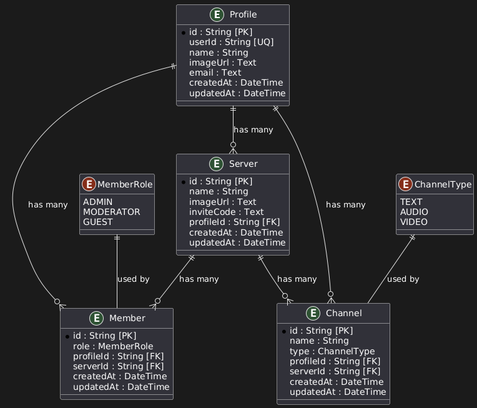
Before: prisma/ERD.png, a diagram exported from PlantUML (meharsulaiman/discord-clone). The source it was exported from:
```plantuml
@startuml
entity "Profile" {
  * id : String [PK]
  userId : String [UQ]
  name : String
  imageUrl : Text
  email : Text
  createdAt : DateTime
  updatedAt : DateTime
}

entity "Server" {
  * id : String [PK]
  name : String
  imageUrl : Text
  inviteCode : Text
  profileId : String [FK]
  createdAt : DateTime
  updatedAt : DateTime
}

entity "Member" {
  * id : String [PK]
  role : MemberRole
  profileId : String [FK]
  serverId : String [FK]
  createdAt : DateTime
  updatedAt : DateTime
}

entity "Channel" {
  * id : String [PK]
  name : String
  type : ChannelType
  profileId : String [FK]
  serverId : String [FK]
  createdAt : DateTime
  updatedAt : DateTime
}

enum MemberRole {
  ADMIN
  MODERATOR
  GUEST
}

enum ChannelType {
  TEXT
  AUDIO
  VIDEO
}

Profile ||--o{ Server : "has many"
Profile ||--o{ Member : "has many"
Profile ||--o{ Channel : "has many"

Server ||--o{ Member : "has many"
Server ||--o{ Channel : "has many"

MemberRole ||-- Member : "used by"
ChannelType ||-- Channel : "used by"
@enduml
```
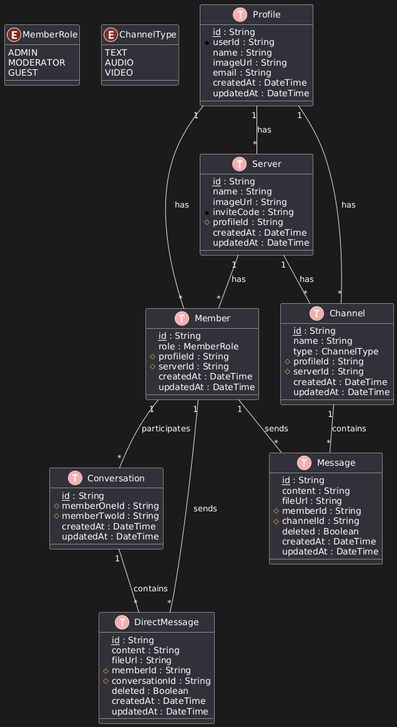
Above is the later version.

Diff of the diagram source:
```diff
@@ -1,42 +1,8 @@
 @startuml
-entity "Profile" {
-  * id : String [PK]
-  userId : String [UQ]
-  name : String
-  imageUrl : Text
-  email : Text
-  createdAt : DateTime
-  updatedAt : DateTime
-}
-
-entity "Server" {
-  * id : String [PK]
-  name : String
-  imageUrl : Text
-  inviteCode : Text
-  profileId : String [FK]
-  createdAt : DateTime
-  updatedAt : DateTime
-}
-
-entity "Member" {
-  * id : String [PK]
-  role : MemberRole
-  profileId : String [FK]
-  serverId : String [FK]
-  createdAt : DateTime
-  updatedAt : DateTime
-}
-
-entity "Channel" {
-  * id : String [PK]
-  name : String
-  type : ChannelType
-  profileId : String [FK]
-  serverId : String [FK]
-  createdAt : DateTime
-  updatedAt : DateTime
-}
+!define Table(name,desc) class name as "desc" << (T,#FFAAAA) >>
+!define primary_key(x) <u>x</u>
+!define foreign_key(x) #x
+!define unique(x) *x
 
 enum MemberRole {
   ADMIN
@@ -50,13 +16,83 @@
   VIDEO
 }
 
-Profile ||--o{ Server : "has many"
-Profile ||--o{ Member : "has many"
-Profile ||--o{ Channel : "has many"
+Table(Profile, "Profile") {
+  primary_key(id) : String
+  unique(userId) : String
+  name : String
+  imageUrl : String
+  email : String
+  createdAt : DateTime
+  updatedAt : DateTime
+}
 
-Server ||--o{ Member : "has many"
-Server ||--o{ Channel : "has many"
+Table(Server, "Server") {
+  primary_key(id) : String
+  name : String
+  imageUrl : String
+  unique(inviteCode) : String
+  foreign_key(profileId) : String
+  createdAt : DateTime
+  updatedAt : DateTime
+}
 
-MemberRole ||-- Member : "used by"
-ChannelType ||-- Channel : "used by"
+Table(Member, "Member") {
+  primary_key(id) : String
+  role : MemberRole
+  foreign_key(profileId) : String
+  foreign_key(serverId) : String
+  createdAt : DateTime
+  updatedAt : DateTime
+}
+
+Table(Channel, "Channel") {
+  primary_key(id) : String
+  name : String
+  type : ChannelType
+  foreign_key(profileId) : String
+  foreign_key(serverId) : String
+  createdAt : DateTime
+  updatedAt : DateTime
+}
+
+Table(Message, "Message") {
+  primary_key(id) : String
+  content : String
+  fileUrl : String
+  foreign_key(memberId) : String
+  foreign_key(channelId) : String
+  deleted : Boolean
+  createdAt : DateTime
+  updatedAt : DateTime
+}
+
+Table(Conversation, "Conversation") {
+  primary_key(id) : String
+  foreign_key(memberOneId) : String
+  foreign_key(memberTwoId) : String
+  createdAt : DateTime
+  updatedAt : DateTime
+}
+
+Table(DirectMessage, "DirectMessage") {
+  primary_key(id) : String
+  content : String
+  fileUrl : String
+  foreign_key(memberId) : String
+  foreign_key(conversationId) : String
+  deleted : Boolean
+  createdAt : DateTime
+  updatedAt : DateTime
+}
+
+Profile "1" -- "*" Server : has
+Profile "1" -- "*" Member : has
+Profile "1" -- "*" Channel : has
+Server "1" -- "*" Member : has
+Server "1" -- "*" Channel : has
+Member "1" -- "*" Message : sends
+Channel "1" -- "*" Message : contains
+Member "1" -- "*" Conversation : participates
+Member "1" -- "*" DirectMessage : sends
+Conversation "1" -- "*" DirectMessage : contains
 @enduml
```
